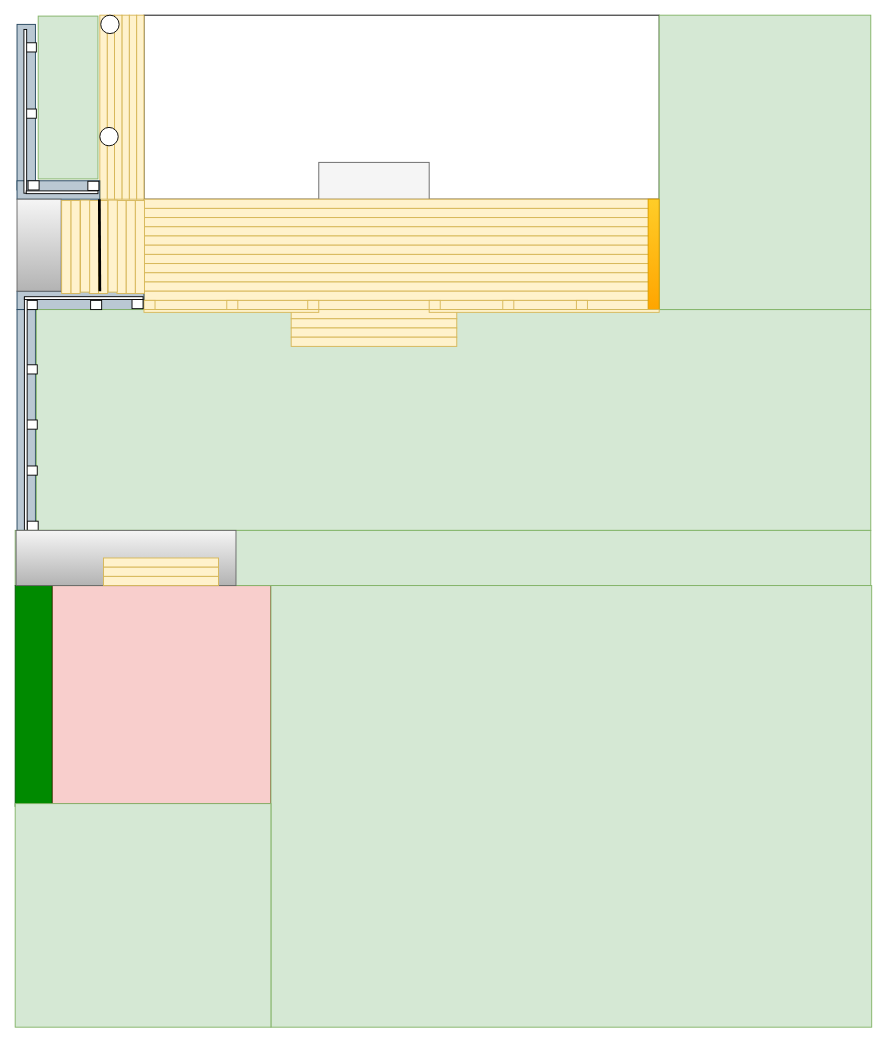
The draw.io diagram Untitled Diagram.drawio in fagerholm/DrawIO, before the edit. Source tidied: cells renumbered, new cells numbered last; positions are measured from the earlier drawing's top-left corner, leaving out a move shared by most shapes. Both pictures are drawn from the tidied source at 92%, with x=0, y=0 at pixel (-91, 15).
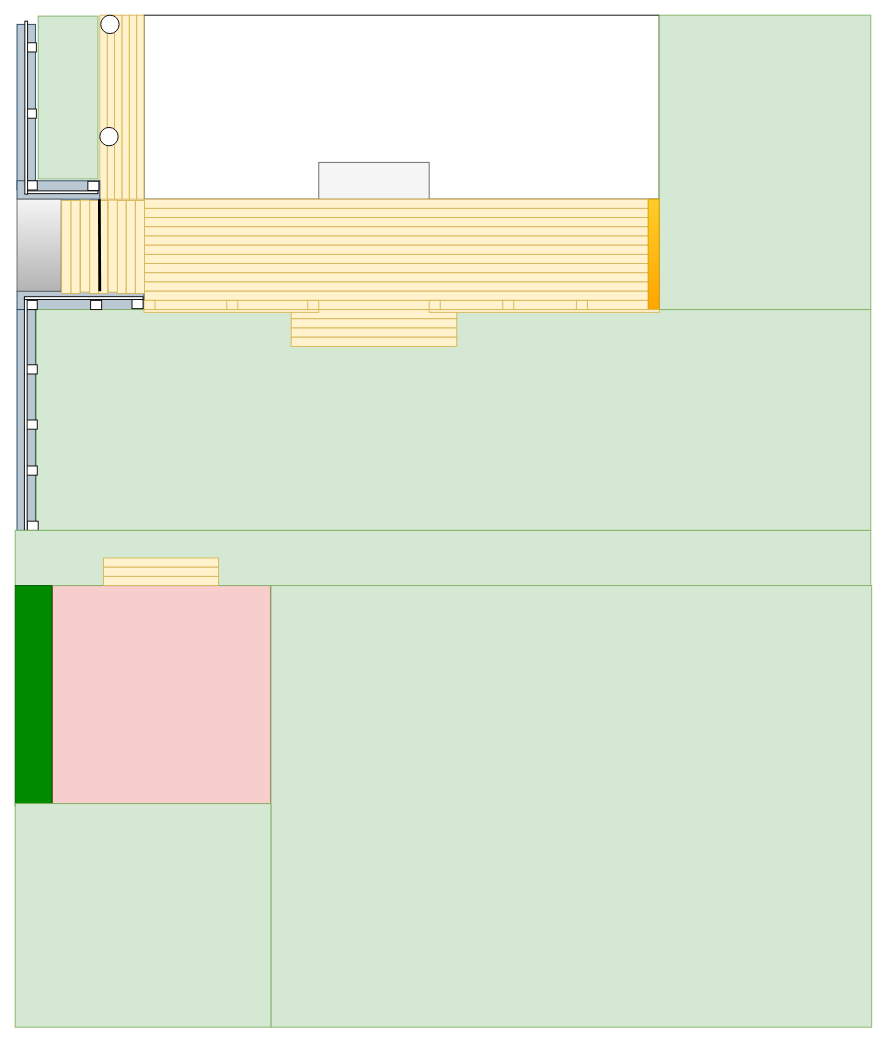
The same diagram, later.

Diff of the diagram source:
```diff
@@
     <mxCell id="53" style="rounded=0;whiteSpace=wrap;html=1;" parent="1" vertex="1">
-      <mxGeometry x="129" y="180" width="12" height="10" as="geometry" />
+      <mxGeometry x="127" y="180" width="12" height="10" as="geometry" />
     </mxCell>
@@
-    <mxCell id="61" style="rounded=0;whiteSpace=wrap;html=1;rotation=90;" parent="1" vertex="1">
-      <mxGeometry x="37" y="103" width="178" height="3" as="geometry" />
-    </mxCell>
@@
-    <mxCell id="66" style="rounded=0;whiteSpace=wrap;html=1;fillColor=#f5f5f5;strokeColor=#666666;gradientColor=#b3b3b3;" parent="1" vertex="1">
-      <mxGeometry x="116" y="560" width="239" height="60" as="geometry" />
-    </mxCell>
@@
+    <mxCell id="79" style="rounded=0;whiteSpace=wrap;html=1;rotation=90;" parent="1" vertex="1">
+      <mxGeometry x="33" y="99" width="188" height="3" as="geometry" />
+    </mxCell>
```
